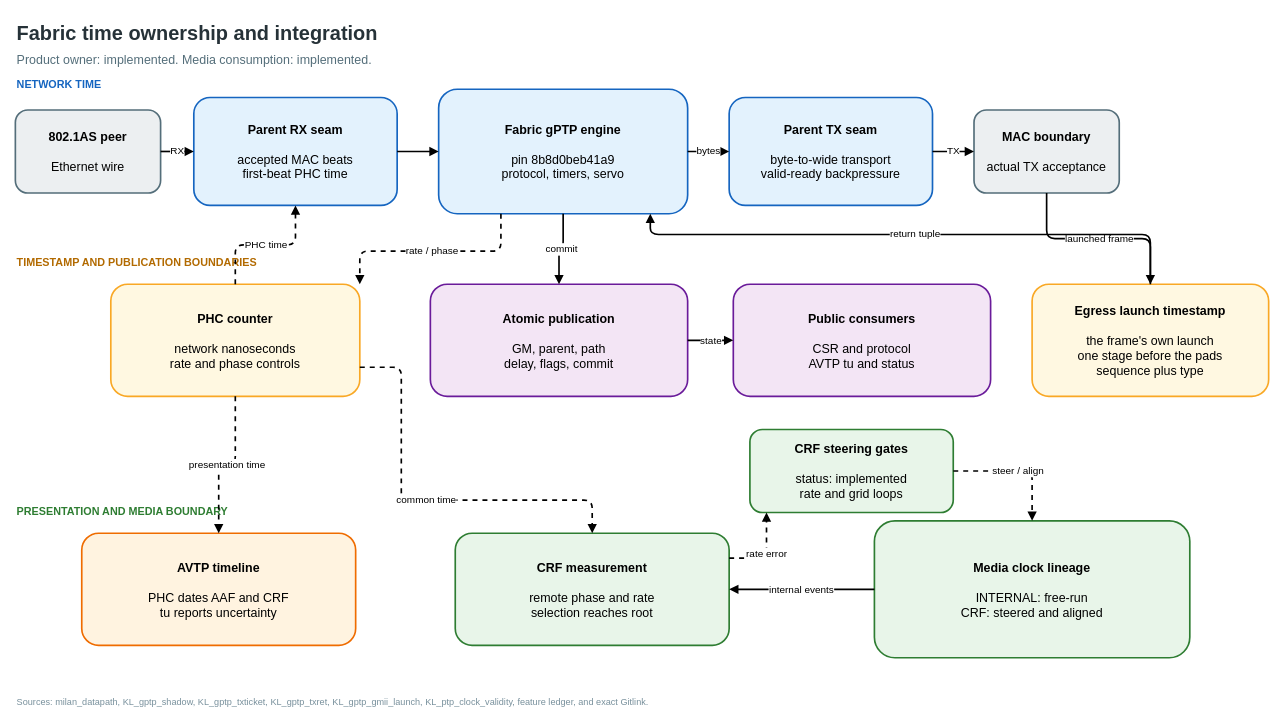
Above: docs/diagrams/timesync_chain.drawio in kebag-logic/milan-fpga (draw.io), before the change. Source tidied: cells renumbered, new cells numbered last; positions are measured from the earlier drawing's top-left corner, leaving out a move shared by most shapes. Both pictures are drawn from the tidied source at 83%, with x=0, y=0 at pixel (15, 14).
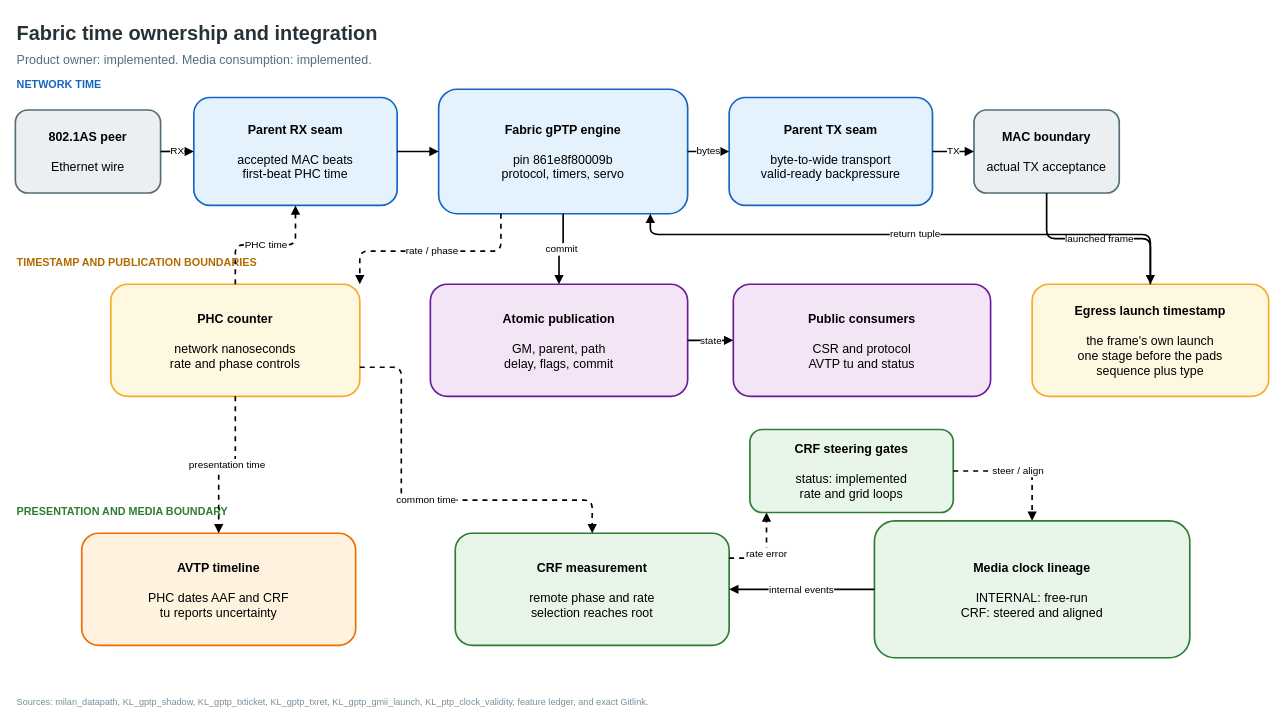
The same diagram, later.

The edit, as a diff of the source:
```diff
@@
-    <mxCell id="10" value="&lt;b&gt;Fabric gPTP engine&lt;/b&gt;&lt;br&gt;&lt;br&gt;pin 8b8d0beb41a9&lt;br&gt;protocol, timers, servo" style="rounded=1;whiteSpace=wrap;html=1;verticalAlign=middle;align=center;fontSize=15;strokeWidth=2;fillColor=#E3F2FD;strokeColor=#1565C0;" parent="1" vertex="1">
+    <mxCell id="10" value="&lt;b&gt;Fabric gPTP engine&lt;/b&gt;&lt;br&gt;&lt;br&gt;pin 861e8f80009b&lt;br&gt;protocol, timers, servo" style="rounded=1;whiteSpace=wrap;html=1;verticalAlign=middle;align=center;fontSize=15;strokeWidth=2;fillColor=#E3F2FD;strokeColor=#1565C0;" parent="1" vertex="1">
       <mxGeometry x="510" y="90" width="300" height="150" as="geometry" />
     </mxCell>
```
